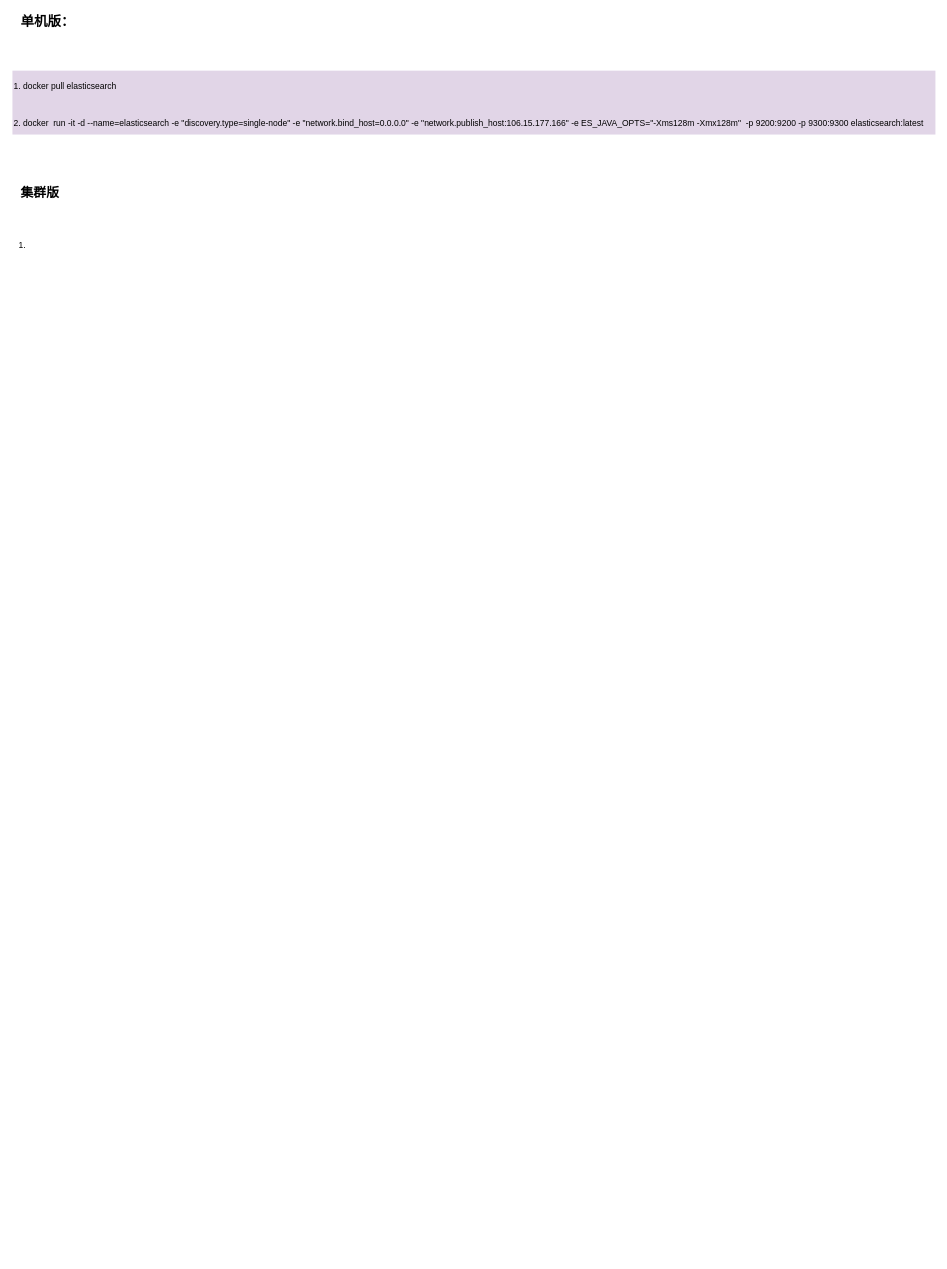
liudongdong0909/draw keeps this draw.io diagram as page "ELK" (3 of 5) of CI/CI/CDdrawio.drawio. Above is the earlier version. Source tidied: cells renumbered, new cells numbered last; positions are measured from the earlier drawing's top-left corner, leaving out a move shared by most shapes. Both pictures are drawn from the tidied source at 71%, with x=0, y=0 at pixel (12, 12).
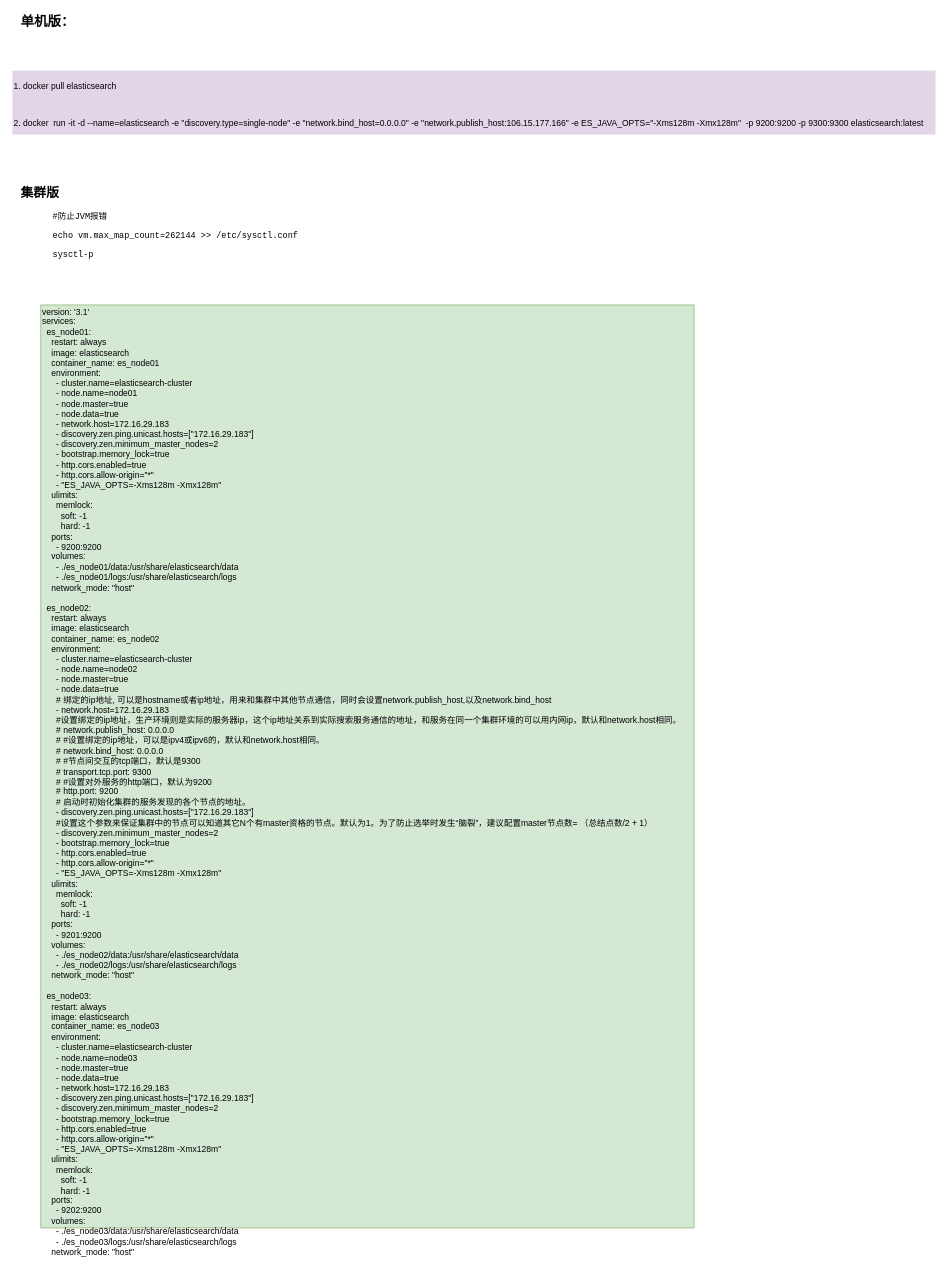
The same diagram, later.

The edit, as a diff of the source:
```diff
@@
 <mxGraphModel>
   <root>
     <mxCell id="0" />
     <mxCell id="1" parent="0" />
     <mxCell id="2" value="&lt;b&gt;&lt;font style=&quot;font-size: 19px&quot;&gt;单机版：&lt;/font&gt;&lt;/b&gt;" style="text;html=1;align=left;verticalAlign=top;spacingTop=-4;" parent="1" vertex="1">
       <mxGeometry x="10" width="90" height="20" as="geometry" />
     </mxCell>
     <mxCell id="3" value="&lt;div title=&quot;Page 6&quot;&gt;&lt;p&gt;&lt;span&gt;&lt;font&gt;1. docker pull elasticsearch&lt;/font&gt;&lt;/span&gt;&lt;/p&gt;&lt;p&gt;&lt;span&gt;&lt;font&gt;&lt;br&gt;&lt;/font&gt;&lt;/span&gt;&lt;/p&gt;&lt;p&gt;&lt;font&gt;&lt;span&gt;2.&amp;nbsp;&lt;/span&gt;&lt;/font&gt;&lt;span&gt;docker&amp;nbsp; run -it -d --name=elasticsearch -e &quot;discovery.type=single-node&quot; -e &quot;network.bind_host=0.0.0.0&quot; -e &quot;network.publish_host:106.15.177.166&quot; -e&amp;nbsp;&lt;/span&gt;&lt;span&gt;ES_JAVA_OPTS=&lt;/span&gt;&lt;span&gt;&quot;-Xms128m -Xmx128m&quot;&lt;/span&gt;&lt;span&gt;&amp;nbsp;&amp;nbsp;-p 9200:9200 -p 9300:9300 elasticsearch:latest&lt;/span&gt;&lt;/p&gt;&lt;/div&gt;" style="text;html=1;align=left;verticalAlign=top;spacingTop=-4;strokeColor=none;fillColor=#E1D5E7;fontColor=#000000;" parent="1" vertex="1">
       <mxGeometry y="82" width="1300" height="90" as="geometry" />
     </mxCell>
     <mxCell id="4" value="&lt;b&gt;&lt;font style=&quot;font-size: 18px&quot;&gt;集群版&lt;/font&gt;&lt;/b&gt;" style="text;html=1;align=left;verticalAlign=top;spacingTop=-4;fontColor=#000000;" parent="1" vertex="1">
       <mxGeometry x="10" y="242" width="70" height="20" as="geometry" />
     </mxCell>
-    <mxCell id="5" value="1.&amp;nbsp;" style="text;html=1;align=left;verticalAlign=top;spacingTop=-4;fontColor=#000000;" parent="1" vertex="1">
-      <mxGeometry x="7" y="318" width="30" height="20" as="geometry" />
-    </mxCell>
+    <mxCell id="6" value="&lt;div&gt;version: '3.1'&lt;/div&gt;&lt;div&gt;services:&lt;/div&gt;&lt;div&gt;&amp;nbsp; es_node01:&lt;/div&gt;&lt;div&gt;&amp;nbsp; &amp;nbsp; restart: always&lt;/div&gt;&lt;div&gt;&amp;nbsp; &amp;nbsp; image: elasticsearch&lt;/div&gt;&lt;div&gt;&amp;nbsp; &amp;nbsp; container_name: es_node01&lt;/div&gt;&lt;div&gt;&amp;nbsp; &amp;nbsp; environment:&lt;/div&gt;&lt;div&gt;&amp;nbsp; &amp;nbsp; &amp;nbsp; - cluster.name=elasticsearch-cluster&lt;/div&gt;&lt;div&gt;&amp;nbsp; &amp;nbsp; &amp;nbsp; - node.name=node01&lt;/div&gt;&lt;div&gt;&amp;nbsp; &amp;nbsp; &amp;nbsp; - node.master=true&lt;/div&gt;&lt;div&gt;&amp;nbsp; &amp;nbsp; &amp;nbsp; - node.data=true&lt;/div&gt;&lt;div&gt;&amp;nbsp; &amp;nbsp; &amp;nbsp; - network.host=172.16.29.183&lt;/div&gt;&lt;div&gt;&amp;nbsp; &amp;nbsp; &amp;nbsp; - discovery.zen.ping.unicast.hosts=[&quot;172.16.29.183&quot;]&lt;/div&gt;&lt;div&gt;&amp;nbsp; &amp;nbsp; &amp;nbsp; - discovery.zen.minimum_master_nodes=2&lt;/div&gt;&lt;div&gt;&amp;nbsp; &amp;nbsp; &amp;nbsp; - bootstrap.memory_lock=true&lt;/div&gt;&lt;div&gt;&amp;nbsp; &amp;nbsp; &amp;nbsp; - http.cors.enabled=true&lt;/div&gt;&lt;div&gt;&amp;nbsp; &amp;nbsp; &amp;nbsp; - http.cors.allow-origin=&quot;*&quot;&lt;/div&gt;&lt;div&gt;&amp;nbsp; &amp;nbsp; &amp;nbsp; - &quot;ES_JAVA_OPTS=-Xms128m -Xmx128m&quot;&lt;/div&gt;&lt;div&gt;&amp;nbsp; &amp;nbsp; ulimits:&lt;/div&gt;&lt;div&gt;&amp;nbsp; &amp;nbsp; &amp;nbsp; memlock:&lt;/div&gt;&lt;div&gt;&amp;nbsp; &amp;nbsp; &amp;nbsp; &amp;nbsp; soft: -1&lt;/div&gt;&lt;div&gt;&amp;nbsp; &amp;nbsp; &amp;nbsp; &amp;nbsp; hard: -1&lt;/div&gt;&lt;div&gt;&amp;nbsp; &amp;nbsp; ports:&lt;/div&gt;&lt;div&gt;&amp;nbsp; &amp;nbsp; &amp;nbsp; - 9200:9200&lt;/div&gt;&lt;div&gt;&amp;nbsp; &amp;nbsp; volumes:&lt;/div&gt;&lt;div&gt;&amp;nbsp; &amp;nbsp; &amp;nbsp; - ./es_node01/data:/usr/share/elasticsearch/data&lt;/div&gt;&lt;div&gt;&amp;nbsp; &amp;nbsp; &amp;nbsp; - ./es_node01/logs:/usr/share/elasticsearch/logs&amp;nbsp; &amp;nbsp;&amp;nbsp;&lt;/div&gt;&lt;div&gt;&amp;nbsp; &amp;nbsp; network_mode: &quot;host&quot;&lt;/div&gt;&lt;div&gt;&lt;br&gt;&lt;/div&gt;&lt;div&gt;&amp;nbsp; es_node02:&lt;/div&gt;&lt;div&gt;&amp;nbsp; &amp;nbsp; restart: always&lt;/div&gt;&lt;div&gt;&amp;nbsp; &amp;nbsp; image: elasticsearch&lt;/div&gt;&lt;div&gt;&amp;nbsp; &amp;nbsp; container_name: es_node02&lt;/div&gt;&lt;div&gt;&amp;nbsp; &amp;nbsp; environment:&lt;/div&gt;&lt;div&gt;&amp;nbsp; &amp;nbsp; &amp;nbsp; - cluster.name=elasticsearch-cluster&lt;/div&gt;&lt;div&gt;&amp;nbsp; &amp;nbsp; &amp;nbsp; - node.name=node02&lt;/div&gt;&lt;div&gt;&amp;nbsp; &amp;nbsp; &amp;nbsp; - node.master=true&lt;/div&gt;&lt;div&gt;&amp;nbsp; &amp;nbsp; &amp;nbsp; - node.data=true&lt;/div&gt;&lt;div&gt;&amp;nbsp; &amp;nbsp; &amp;nbsp; # 绑定的ip地址, 可以是hostname或者ip地址，用来和集群中其他节点通信，同时会设置network.publish_host,以及network.bind_host&lt;/div&gt;&lt;div&gt;&amp;nbsp; &amp;nbsp; &amp;nbsp; - network.host=172.16.29.183&lt;/div&gt;&lt;div&gt;&amp;nbsp; &amp;nbsp; &amp;nbsp; #设置绑定的ip地址，生产环境则是实际的服务器ip，这个ip地址关系到实际搜索服务通信的地址，和服务在同一个集群环境的可以用内网ip，默认和network.host相同。&lt;/div&gt;&lt;div&gt;&amp;nbsp; &amp;nbsp; &amp;nbsp; # network.publish_host: 0.0.0.0&lt;/div&gt;&lt;div&gt;&amp;nbsp; &amp;nbsp; &amp;nbsp; # #设置绑定的ip地址，可以是ipv4或ipv6的，默认和network.host相同。&lt;/div&gt;&lt;div&gt;&amp;nbsp; &amp;nbsp; &amp;nbsp; # network.bind_host: 0.0.0.0&lt;/div&gt;&lt;div&gt;&amp;nbsp; &amp;nbsp; &amp;nbsp; # #节点间交互的tcp端口，默认是9300&lt;/div&gt;&lt;div&gt;&amp;nbsp; &amp;nbsp; &amp;nbsp; # transport.tcp.port: 9300&lt;/div&gt;&lt;div&gt;&amp;nbsp; &amp;nbsp; &amp;nbsp; # #设置对外服务的http端口，默认为9200&lt;/div&gt;&lt;div&gt;&amp;nbsp; &amp;nbsp; &amp;nbsp; # http.port: 9200&lt;/div&gt;&lt;div&gt;&amp;nbsp; &amp;nbsp; &amp;nbsp; # 启动时初始化集群的服务发现的各个节点的地址。&lt;/div&gt;&lt;div&gt;&amp;nbsp; &amp;nbsp; &amp;nbsp; - discovery.zen.ping.unicast.hosts=[&quot;172.16.29.183&quot;]&lt;/div&gt;&lt;div&gt;&amp;nbsp; &amp;nbsp; &amp;nbsp; #设置这个参数来保证集群中的节点可以知道其它N个有master资格的节点。默认为1。为了防止选举时发生“脑裂”，建议配置master节点数= （总结点数/2 + 1）&lt;/div&gt;&lt;div&gt;&amp;nbsp; &amp;nbsp; &amp;nbsp; - discovery.zen.minimum_master_nodes=2&lt;/div&gt;&lt;div&gt;&amp;nbsp; &amp;nbsp; &amp;nbsp; - bootstrap.memory_lock=true&lt;/div&gt;&lt;div&gt;&amp;nbsp; &amp;nbsp; &amp;nbsp; - http.cors.enabled=true&lt;/div&gt;&lt;div&gt;&amp;nbsp; &amp;nbsp; &amp;nbsp; - http.cors.allow-origin=&quot;*&quot;&lt;/div&gt;&lt;div&gt;&amp;nbsp; &amp;nbsp; &amp;nbsp; - &quot;ES_JAVA_OPTS=-Xms128m -Xmx128m&quot;&lt;/div&gt;&lt;div&gt;&amp;nbsp; &amp;nbsp; ulimits:&lt;/div&gt;&lt;div&gt;&amp;nbsp; &amp;nbsp; &amp;nbsp; memlock:&lt;/div&gt;&lt;div&gt;&amp;nbsp; &amp;nbsp; &amp;nbsp; &amp;nbsp; soft: -1&lt;/div&gt;&lt;div&gt;&amp;nbsp; &amp;nbsp; &amp;nbsp; &amp;nbsp; hard: -1&lt;/div&gt;&lt;div&gt;&amp;nbsp; &amp;nbsp; ports:&lt;/div&gt;&lt;div&gt;&amp;nbsp; &amp;nbsp; &amp;nbsp; - 9201:9200&lt;/div&gt;&lt;div&gt;&amp;nbsp; &amp;nbsp; volumes:&lt;/div&gt;&lt;div&gt;&amp;nbsp; &amp;nbsp; &amp;nbsp; - ./es_node02/data:/usr/share/elasticsearch/data&lt;/div&gt;&lt;div&gt;&amp;nbsp; &amp;nbsp; &amp;nbsp; - ./es_node02/logs:/usr/share/elasticsearch/logs&amp;nbsp; &amp;nbsp;&amp;nbsp;&lt;/div&gt;&lt;div&gt;&amp;nbsp; &amp;nbsp; network_mode: &quot;host&quot;&lt;/div&gt;&lt;div&gt;&lt;br&gt;&lt;/div&gt;&lt;div&gt;&amp;nbsp; es_node03:&lt;/div&gt;&lt;div&gt;&amp;nbsp; &amp;nbsp; restart: always&lt;/div&gt;&lt;div&gt;&amp;nbsp; &amp;nbsp; image: elasticsearch&lt;/div&gt;&lt;div&gt;&amp;nbsp; &amp;nbsp; container_name: es_node03&lt;/div&gt;&lt;div&gt;&amp;nbsp; &amp;nbsp; environment:&lt;/div&gt;&lt;div&gt;&amp;nbsp; &amp;nbsp; &amp;nbsp; - cluster.name=elasticsearch-cluster&lt;/div&gt;&lt;div&gt;&amp;nbsp; &amp;nbsp; &amp;nbsp; - node.name=node03&lt;/div&gt;&lt;div&gt;&amp;nbsp; &amp;nbsp; &amp;nbsp; - node.master=true&lt;/div&gt;&lt;div&gt;&amp;nbsp; &amp;nbsp; &amp;nbsp; - node.data=true&lt;/div&gt;&lt;div&gt;&amp;nbsp; &amp;nbsp; &amp;nbsp; - network.host=172.16.29.183&lt;/div&gt;&lt;div&gt;&amp;nbsp; &amp;nbsp; &amp;nbsp; - discovery.zen.ping.unicast.hosts=[&quot;172.16.29.183&quot;]&lt;/div&gt;&lt;div&gt;&amp;nbsp; &amp;nbsp; &amp;nbsp; - discovery.zen.minimum_master_nodes=2&lt;/div&gt;&lt;div&gt;&amp;nbsp; &amp;nbsp; &amp;nbsp; - bootstrap.memory_lock=true&lt;/div&gt;&lt;div&gt;&amp;nbsp; &amp;nbsp; &amp;nbsp; - http.cors.enabled=true&lt;/div&gt;&lt;div&gt;&amp;nbsp; &amp;nbsp; &amp;nbsp; - http.cors.allow-origin=&quot;*&quot;&lt;/div&gt;&lt;div&gt;&amp;nbsp; &amp;nbsp; &amp;nbsp; - &quot;ES_JAVA_OPTS=-Xms128m -Xmx128m&quot;&lt;/div&gt;&lt;div&gt;&amp;nbsp; &amp;nbsp; ulimits:&lt;/div&gt;&lt;div&gt;&amp;nbsp; &amp;nbsp; &amp;nbsp; memlock:&lt;/div&gt;&lt;div&gt;&amp;nbsp; &amp;nbsp; &amp;nbsp; &amp;nbsp; soft: -1&lt;/div&gt;&lt;div&gt;&amp;nbsp; &amp;nbsp; &amp;nbsp; &amp;nbsp; hard: -1&lt;/div&gt;&lt;div&gt;&amp;nbsp; &amp;nbsp; ports:&lt;/div&gt;&lt;div&gt;&amp;nbsp; &amp;nbsp; &amp;nbsp; - 9202:9200&lt;/div&gt;&lt;div&gt;&amp;nbsp; &amp;nbsp; volumes:&lt;/div&gt;&lt;div&gt;&amp;nbsp; &amp;nbsp; &amp;nbsp; - ./es_node03/data:/usr/share/elasticsearch/data&lt;/div&gt;&lt;div&gt;&amp;nbsp; &amp;nbsp; &amp;nbsp; - ./es_node03/logs:/usr/share/elasticsearch/logs&amp;nbsp; &amp;nbsp;&amp;nbsp;&lt;/div&gt;&lt;div&gt;&amp;nbsp; &amp;nbsp; network_mode: &quot;host&quot;&lt;/div&gt;" style="text;html=1;align=left;verticalAlign=top;spacingTop=-4;fillColor=#d5e8d4;strokeColor=#82b366;" parent="1" vertex="1">
+      <mxGeometry x="40" y="412" width="920" height="1300" as="geometry" />
+    </mxCell>
+    <mxCell id="7" value="&lt;pre&gt;&lt;code&gt;&lt;span&gt;#防止JVM报错&lt;/span&gt;&lt;/code&gt;&lt;/pre&gt;&lt;pre&gt;&lt;code&gt;&lt;span&gt;echo &lt;/span&gt;&lt;span&gt;vm.max_map_count=262144 &amp;gt;&amp;gt; /etc/sysctl.conf&lt;/span&gt;&lt;/code&gt;&lt;/pre&gt;&lt;pre&gt;&lt;code&gt;&lt;span&gt;sysctl&lt;/span&gt;&lt;span&gt;-p&lt;/span&gt;&lt;/code&gt;&lt;/pre&gt;" style="text;html=1;align=left;verticalAlign=top;spacingTop=-4;fontColor=#000000;" parent="1" vertex="1">
+      <mxGeometry x="55" y="267" width="360" height="90" as="geometry" />
+    </mxCell>
   </root>
 </mxGraphModel>
```
